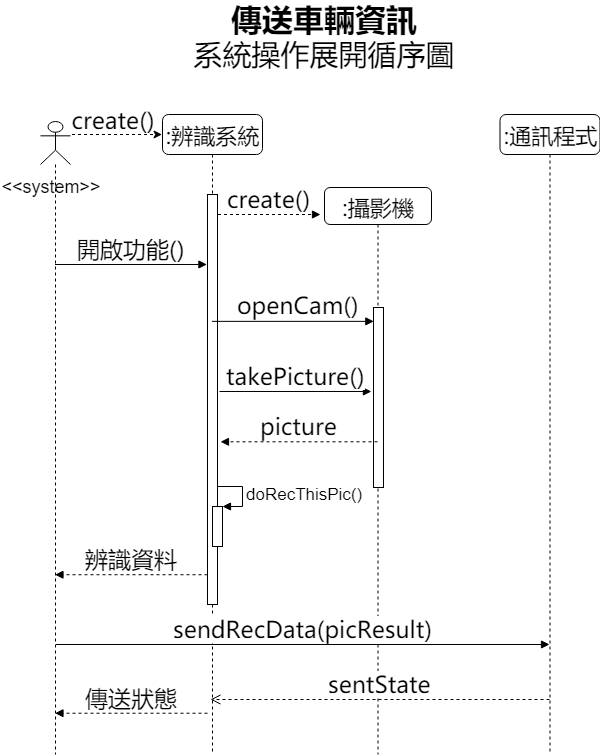
This is sequence_diagram1.png from YoShane/OO_Assignment, a draw.io export, as it was before one commit. Source tidied: cells renumbered, new cells last; positions are measured from the earlier drawing's top-left corner, leaving out a move shared by most shapes.
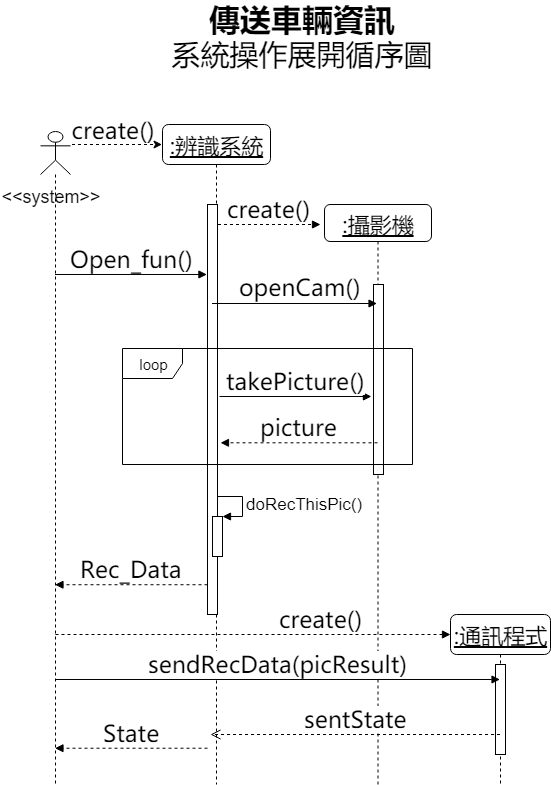
After the change.

What changed in the source:
```diff
@@ -3,19 +3,22 @@
     <mxCell id="0" />
     <mxCell id="1" parent="0" />
     <mxCell id="2" value="&lt;font style=&quot;font-size: 31px&quot;&gt;&lt;b&gt;傳送車輛資訊&lt;/b&gt;&lt;/font&gt;&lt;br&gt;系統操作展開循序圖" style="text;html=1;strokeColor=none;fillColor=none;align=center;verticalAlign=middle;whiteSpace=wrap;rounded=0;fontFamily= Microsoft Yahei;fontSize=29;" parent="1" vertex="1">
-      <mxGeometry x="132" width="323" height="20" as="geometry" />
+      <mxGeometry x="110" y="-10" width="323" height="20" as="geometry" />
     </mxCell>
-    <mxCell id="3" value=":攝影機" style="shape=umlLifeline;perimeter=lifelinePerimeter;whiteSpace=wrap;html=1;rounded=1;shadow=0;comic=0;labelBackgroundColor=none;strokeColor=#000000;strokeWidth=1;fillColor=#FFFFFF;fontFamily= Microsoft Yahei;fontSize=22;fontColor=#000000;align=center;size=37;" parent="1" vertex="1">
-      <mxGeometry x="294" y="163" width="107" height="567" as="geometry" />
+    <mxCell id="3" value="&lt;u&gt;:攝影機&lt;/u&gt;" style="shape=umlLifeline;perimeter=lifelinePerimeter;whiteSpace=wrap;html=1;rounded=1;shadow=0;comic=0;labelBackgroundColor=none;strokeColor=#000000;strokeWidth=1;fillColor=#FFFFFF;fontFamily= Microsoft Yahei;fontSize=22;fontColor=#000000;align=center;size=37;" parent="1" vertex="1">
+      <mxGeometry x="294" y="170" width="107" height="580" as="geometry" />
     </mxCell>
     <mxCell id="4" style="html=1;points=[];perimeter=orthogonalPerimeter;rounded=0;shadow=0;comic=0;labelBackgroundColor=none;strokeColor=#000000;strokeWidth=1;fillColor=#FFFFFF;fontFamily= Microsoft Yahei;fontSize=23;fontColor=#000000;align=center;" parent="3" vertex="1">
-      <mxGeometry x="49" y="120" width="10" height="180" as="geometry" />
+      <mxGeometry x="49" y="80" width="10" height="190" as="geometry" />
     </mxCell>
-    <mxCell id="5" value=":通訊程式" style="shape=umlLifeline;perimeter=lifelinePerimeter;whiteSpace=wrap;html=1;outlineConnect=0;rounded=1;shadow=0;comic=0;labelBackgroundColor=none;strokeColor=#000000;strokeWidth=1;fillColor=#FFFFFF;fontFamily= Microsoft Yahei;fontSize=22;fontColor=#000000;align=center;" parent="1" vertex="1">
-      <mxGeometry x="469.5" y="90" width="100" height="640" as="geometry" />
+    <mxCell id="5" value="&lt;u&gt;:通訊程式&lt;/u&gt;" style="shape=umlLifeline;perimeter=lifelinePerimeter;whiteSpace=wrap;html=1;outlineConnect=0;rounded=1;shadow=0;comic=0;labelBackgroundColor=none;strokeColor=#000000;strokeWidth=1;fillColor=#FFFFFF;fontFamily= Microsoft Yahei;fontSize=22;fontColor=#000000;align=center;" parent="1" vertex="1">
+      <mxGeometry x="420" y="580" width="100" height="170" as="geometry" />
     </mxCell>
+    <mxCell id="23" style="html=1;perimeter=orthogonalPerimeter;rounded=0;shadow=0;comic=0;labelBackgroundColor=none;strokeColor=#000000;strokeWidth=1;fillColor=#FFFFFF;fontFamily= Microsoft Yahei;fontSize=23;fontColor=#000000;align=center;" parent="5" vertex="1">
+      <mxGeometry x="45" y="50" width="10" height="90" as="geometry" />
+    </mxCell>
-    <mxCell id="6" value=":辨識系統" style="shape=umlLifeline;perimeter=lifelinePerimeter;whiteSpace=wrap;html=1;outlineConnect=0;rounded=1;shadow=0;comic=0;labelBackgroundColor=none;strokeColor=#000000;strokeWidth=1;fillColor=#FFFFFF;fontFamily= Microsoft Yahei;fontSize=22;fontColor=#000000;align=center;" parent="1" vertex="1">
-      <mxGeometry x="132" y="90" width="100" height="640" as="geometry" />
+    <mxCell id="6" value="&lt;u&gt;:辨識系統&lt;/u&gt;" style="shape=umlLifeline;perimeter=lifelinePerimeter;whiteSpace=wrap;html=1;outlineConnect=0;rounded=1;shadow=0;comic=0;labelBackgroundColor=none;strokeColor=#000000;strokeWidth=1;fillColor=#FFFFFF;fontFamily= Microsoft Yahei;fontSize=22;fontColor=#000000;align=center;" parent="1" vertex="1">
+      <mxGeometry x="132" y="90" width="108" height="660" as="geometry" />
     </mxCell>
     <mxCell id="7" style="html=1;perimeter=orthogonalPerimeter;rounded=0;shadow=0;comic=0;labelBackgroundColor=none;strokeColor=#000000;strokeWidth=1;fillColor=#FFFFFF;fontFamily= Microsoft Yahei;fontSize=23;fontColor=#000000;align=center;" parent="6" vertex="1">
       <mxGeometry x="45" y="80" width="10" height="410" as="geometry" />
@@ -31,6 +34,9 @@
         </Array>
       </mxGeometry>
     </mxCell>
+    <mxCell id="24" value="loop" style="shape=umlFrame;whiteSpace=wrap;html=1;fontSize=15;" parent="6" vertex="1">
+      <mxGeometry x="-40" y="224" width="290" height="116" as="geometry" />
+    </mxCell>
     <mxCell id="10" value="create()" style="html=1;verticalAlign=bottom;endArrow=block;labelBackgroundColor=none;fontFamily= Microsoft Yahei;fontSize=23;elbow=vertical;dashed=1;" parent="1" edge="1">
       <mxGeometry relative="1" as="geometry">
         <mxPoint x="187.5" y="190" as="sourcePoint" />
@@ -47,51 +53,62 @@
       <mxGeometry x="61.5" y="85" width="40" height="20" as="geometry" />
     </mxCell>
     <mxCell id="13" style="shape=umlLifeline;participant=umlActor;perimeter=lifelinePerimeter;whiteSpace=wrap;html=1;verticalAlign=top;spacingTop=36;labelBackgroundColor=#ffffff;outlineConnect=0;fontSize=23;fontFamily= Microsoft Yahei;size=43;" parent="1" vertex="1">
-      <mxGeometry x="10" y="97" width="30" height="633" as="geometry" />
+      <mxGeometry x="10" y="97" width="30" height="653" as="geometry" />
     </mxCell>
     <mxCell id="14" value="&amp;lt;&amp;lt;system&amp;gt;&amp;gt;" style="text;html=1;strokeColor=none;fillColor=none;align=center;verticalAlign=middle;whiteSpace=wrap;rounded=0;fontSize=18;" parent="13" vertex="1">
       <mxGeometry x="-10" y="56" width="40" height="20" as="geometry" />
     </mxCell>
-    <mxCell id="15" value="&lt;font style=&quot;font-size: 23px&quot;&gt;openCam()&lt;/font&gt;" style="html=1;verticalAlign=bottom;endArrow=block;fontSize=23;fontFamily= Microsoft Yahei;entryX=0.03;entryY=0.077;entryDx=0;entryDy=0;entryPerimeter=0;" parent="1" edge="1" source="6" target="4">
-      <mxGeometry x="0.06" y="1" relative="1" as="geometry" />
+    <mxCell id="15" value="&lt;font style=&quot;font-size: 23px&quot;&gt;openCam()&lt;/font&gt;" style="html=1;verticalAlign=bottom;endArrow=block;fontSize=23;fontFamily= Microsoft Yahei;" parent="1" edge="1">
+      <mxGeometry x="0.06" y="1" relative="1" as="geometry">
+        <mxPoint x="181.5" y="269" as="sourcePoint" />
+        <mxPoint x="346.5" y="269" as="targetPoint" />
+      </mxGeometry>
     </mxCell>
-    <mxCell id="16" value="&lt;font style=&quot;font-size: 23px&quot;&gt;開啟功能()&lt;/font&gt;" style="html=1;verticalAlign=bottom;endArrow=block;fontSize=23;entryX=0.044;entryY=0.157;entryDx=0;entryDy=0;entryPerimeter=0;fontFamily= Microsoft Yahei;" parent="1" edge="1" source="13">
+    <mxCell id="16" value="&lt;font style=&quot;font-size: 23px&quot;&gt;Open_fun()&lt;/font&gt;" style="html=1;verticalAlign=bottom;endArrow=block;fontSize=23;entryX=0.044;entryY=0.157;entryDx=0;entryDy=0;entryPerimeter=0;fontFamily= Microsoft Yahei;" parent="1" edge="1" source="13">
       <mxGeometry relative="1" as="geometry">
         <mxPoint x="176.4" y="240" as="targetPoint" />
       </mxGeometry>
     </mxCell>
-    <mxCell id="17" value="sentState" style="html=1;verticalAlign=bottom;endArrow=open;dashed=1;endSize=8;fontSize=23;fontFamily= Microsoft Yahei;" parent="1" edge="1" source="5">
+    <mxCell id="17" value="sentState" style="html=1;verticalAlign=bottom;endArrow=open;dashed=1;endSize=8;fontSize=23;fontFamily= Microsoft Yahei;" parent="1" edge="1">
       <mxGeometry relative="1" as="geometry">
-        <mxPoint x="180" y="675" as="targetPoint" />
+        <mxPoint x="469.5" y="700" as="sourcePoint" />
+        <mxPoint x="180" y="700" as="targetPoint" />
       </mxGeometry>
     </mxCell>
     <mxCell id="18" value="&lt;font style=&quot;font-size: 23px&quot;&gt;takePicture()&lt;/font&gt;" style="html=1;verticalAlign=bottom;endArrow=block;fontSize=23;entryX=0.044;entryY=0.157;entryDx=0;entryDy=0;entryPerimeter=0;fontFamily= Microsoft Yahei;" parent="1" edge="1">
       <mxGeometry relative="1" as="geometry">
-        <mxPoint x="189" y="367" as="sourcePoint" />
-        <mxPoint x="340.9" y="367" as="targetPoint" />
+        <mxPoint x="189" y="362" as="sourcePoint" />
+        <mxPoint x="340.9" y="362" as="targetPoint" />
       </mxGeometry>
     </mxCell>
     <mxCell id="19" value="picture" style="html=1;verticalAlign=bottom;endArrow=block;labelBackgroundColor=none;fontFamily= Microsoft Yahei;fontSize=23;elbow=vertical;dashed=1;entryX=1.3;entryY=0.491;entryDx=0;entryDy=0;entryPerimeter=0;" parent="1" edge="1">
       <mxGeometry relative="1" as="geometry">
-        <mxPoint x="347" y="417.3" as="sourcePoint" />
-        <mxPoint x="190" y="417.3" as="targetPoint" />
+        <mxPoint x="347" y="408.3" as="sourcePoint" />
+        <mxPoint x="190" y="408.3" as="targetPoint" />
       </mxGeometry>
     </mxCell>
-    <mxCell id="20" value="辨識資料" style="html=1;verticalAlign=bottom;endArrow=block;labelBackgroundColor=none;fontFamily= Microsoft Yahei;fontSize=23;elbow=vertical;dashed=1;" parent="1" edge="1" target="13">
+    <mxCell id="20" value="Rec_Data" style="html=1;verticalAlign=bottom;endArrow=block;labelBackgroundColor=none;fontFamily= Microsoft Yahei;fontSize=23;elbow=vertical;dashed=1;" parent="1" edge="1" target="13">
       <mxGeometry relative="1" as="geometry">
         <mxPoint x="177" y="550.2" as="sourcePoint" />
       </mxGeometry>
     </mxCell>
-    <mxCell id="21" value="傳送狀態" style="html=1;verticalAlign=bottom;endArrow=block;labelBackgroundColor=none;fontFamily= Microsoft Yahei;fontSize=23;elbow=vertical;dashed=1;" parent="1" edge="1">
+    <mxCell id="21" value="State" style="html=1;verticalAlign=bottom;endArrow=block;labelBackgroundColor=none;fontFamily= Microsoft Yahei;fontSize=23;elbow=vertical;dashed=1;" parent="1" edge="1">
       <mxGeometry relative="1" as="geometry">
-        <mxPoint x="177" y="688.7" as="sourcePoint" />
-        <mxPoint x="24.5" y="688.7" as="targetPoint" />
+        <mxPoint x="177" y="713.7" as="sourcePoint" />
+        <mxPoint x="24.5" y="713.7" as="targetPoint" />
       </mxGeometry>
     </mxCell>
-    <mxCell id="22" value="&lt;font style=&quot;font-size: 23px&quot;&gt;sendRecData(picResult)&lt;/font&gt;" style="html=1;verticalAlign=bottom;endArrow=block;fontSize=23;fontFamily= Microsoft Yahei;" parent="1" edge="1" target="5">
+    <mxCell id="22" value="&lt;font style=&quot;font-size: 23px&quot;&gt;sendRecData(picResult)&lt;/font&gt;" style="html=1;verticalAlign=bottom;endArrow=block;fontSize=23;fontFamily= Microsoft Yahei;" parent="1" edge="1">
       <mxGeometry relative="1" as="geometry">
-        <mxPoint x="25.5" y="620" as="sourcePoint" />
+        <mxPoint x="25.5" y="645" as="sourcePoint" />
+        <mxPoint x="469.5" y="645" as="targetPoint" />
       </mxGeometry>
     </mxCell>
+    <mxCell id="25" value="create()" style="html=1;verticalAlign=bottom;endArrow=block;labelBackgroundColor=none;fontFamily= Microsoft Yahei;fontSize=23;elbow=vertical;dashed=1;" parent="1" edge="1">
+      <mxGeometry x="0.34" relative="1" as="geometry">
+        <mxPoint x="25" y="600" as="sourcePoint" />
+        <mxPoint x="420" y="600" as="targetPoint" />
+      </mxGeometry>
+    </mxCell>
   </root>
 </mxGraphModel>
```
